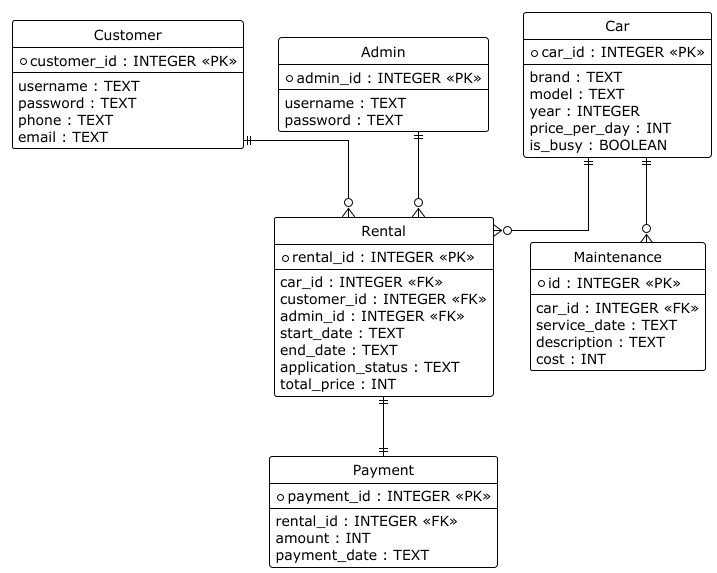
Earlier version of the PlantUML export docs/diagrams/er.png (gitanowe/DriveTime). Its diagram source:
```plantuml
@startuml

!theme plain
hide circle
skinparam linetype ortho
skinparam entity {
  BackgroundColor White
  BorderColor Black
  FontName "Consolas"
}

entity "Car" as Car {
  *car_id : INTEGER <<PK>>
  --
  brand : TEXT
  model : TEXT
  year : INTEGER
  price_per_day : INT
  is_busy : BOOLEAN
}

entity "Customer" as Customer {
  *customer_id : INTEGER <<PK>>
  --
  username : TEXT
  password : TEXT
  phone : TEXT
  email : TEXT
}

entity "Admin" as Admin {
  *admin_id : INTEGER <<PK>>
  --
  username : TEXT
  password : TEXT
}

entity "Rental" as Rental {
  *rental_id : INTEGER <<PK>>
  --
  car_id : INTEGER <<FK>>
  customer_id : INTEGER <<FK>>
  admin_id : INTEGER <<FK>>
  start_date : TEXT
  end_date : TEXT
  application_status : TEXT
  total_price : INT
}

entity "Payment" as Payment {
  *payment_id : INTEGER <<PK>>
  --
  rental_id : INTEGER <<FK>>
  amount : INT
  payment_date : TEXT
}

entity "Maintenance" as Maintenance {
  *id : INTEGER <<PK>>
  --
  car_id : INTEGER <<FK>>
  service_date : TEXT
  description : TEXT
  cost : INT
}


Customer ||--o{ Rental

Car ||--o{ Rental

Admin ||--o{ Rental

Rental ||--|| Payment

Car ||--o{ Maintenance

@enduml
```
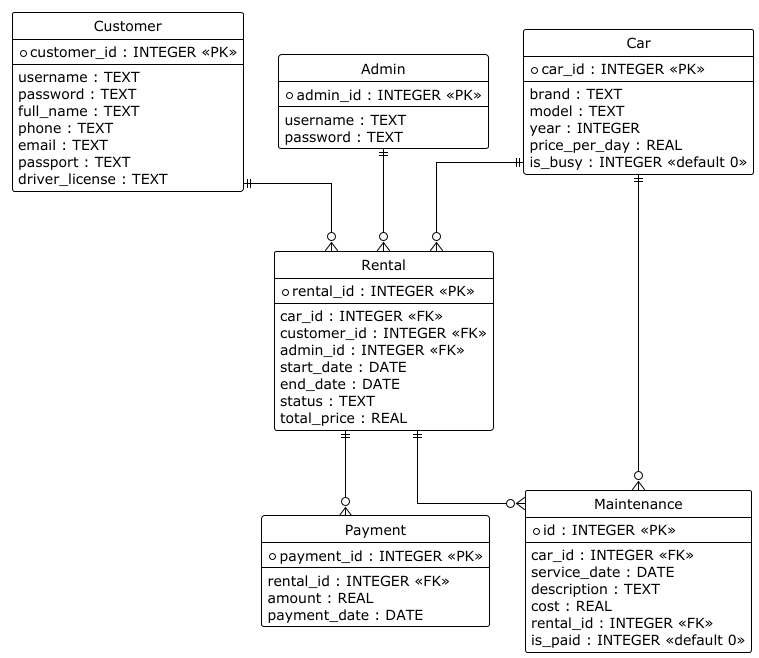
The same file after the commit.

Diff of the diagram source:
```diff
@@ -15,8 +15,8 @@
   brand : TEXT
   model : TEXT
   year : INTEGER
-  price_per_day : INT
-  is_busy : BOOLEAN
+  price_per_day : REAL
+  is_busy : INTEGER <<default 0>>
 }
 
 entity "Customer" as Customer {
@@ -24,8 +24,11 @@
   --
   username : TEXT
   password : TEXT
+  full_name : TEXT
   phone : TEXT
   email : TEXT
+  passport : TEXT
+  driver_license : TEXT
 }
 
 entity "Admin" as Admin {
@@ -41,27 +44,29 @@
   car_id : INTEGER <<FK>>
   customer_id : INTEGER <<FK>>
   admin_id : INTEGER <<FK>>
-  start_date : TEXT
-  end_date : TEXT
-  application_status : TEXT
-  total_price : INT
+  start_date : DATE
+  end_date : DATE
+  status : TEXT
+  total_price : REAL
 }
 
 entity "Payment" as Payment {
   *payment_id : INTEGER <<PK>>
   --
   rental_id : INTEGER <<FK>>
-  amount : INT
-  payment_date : TEXT
+  amount : REAL
+  payment_date : DATE
 }
 
 entity "Maintenance" as Maintenance {
   *id : INTEGER <<PK>>
   --
   car_id : INTEGER <<FK>>
-  service_date : TEXT
+  service_date : DATE
   description : TEXT
-  cost : INT
+  cost : REAL
+  rental_id : INTEGER <<FK>>
+  is_paid : INTEGER <<default 0>>
 }
 
 
@@ -71,8 +76,10 @@
 
 Admin ||--o{ Rental
 
-Rental ||--|| Payment
+Rental ||--o{ Payment
 
 Car ||--o{ Maintenance
 
+Rental ||--o{ Maintenance
+
 @enduml
```
